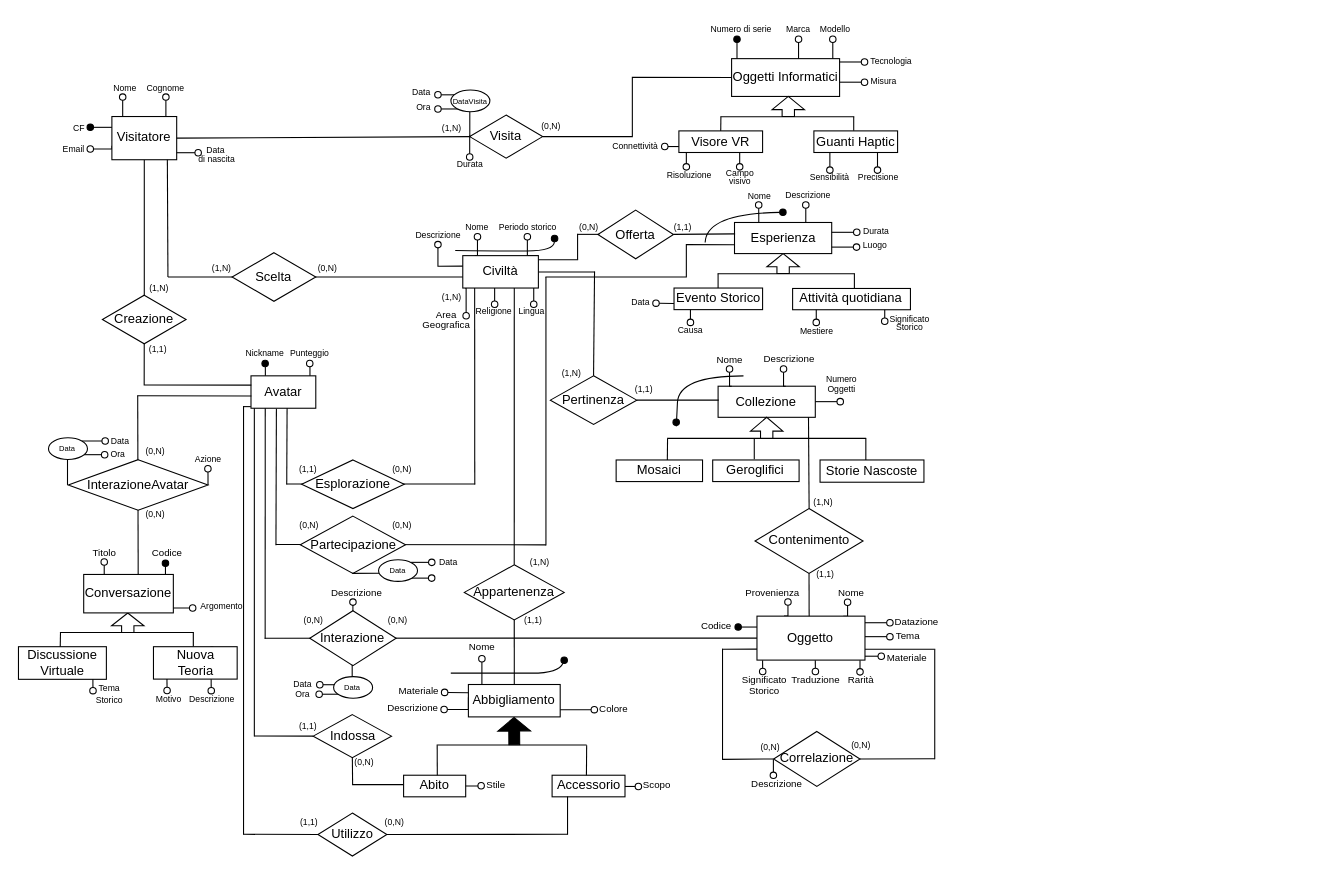
Above: WP1/ER canonico.drawio in pnocerino/BasiDiDati (draw.io), before the change. Source tidied: cells renumbered, new cells numbered last; positions are measured from the earlier drawing's top-left corner, leaving out a move shared by most shapes. Both pictures are drawn from the tidied source at 108%, with x=0, y=0 at pixel (18, 17).
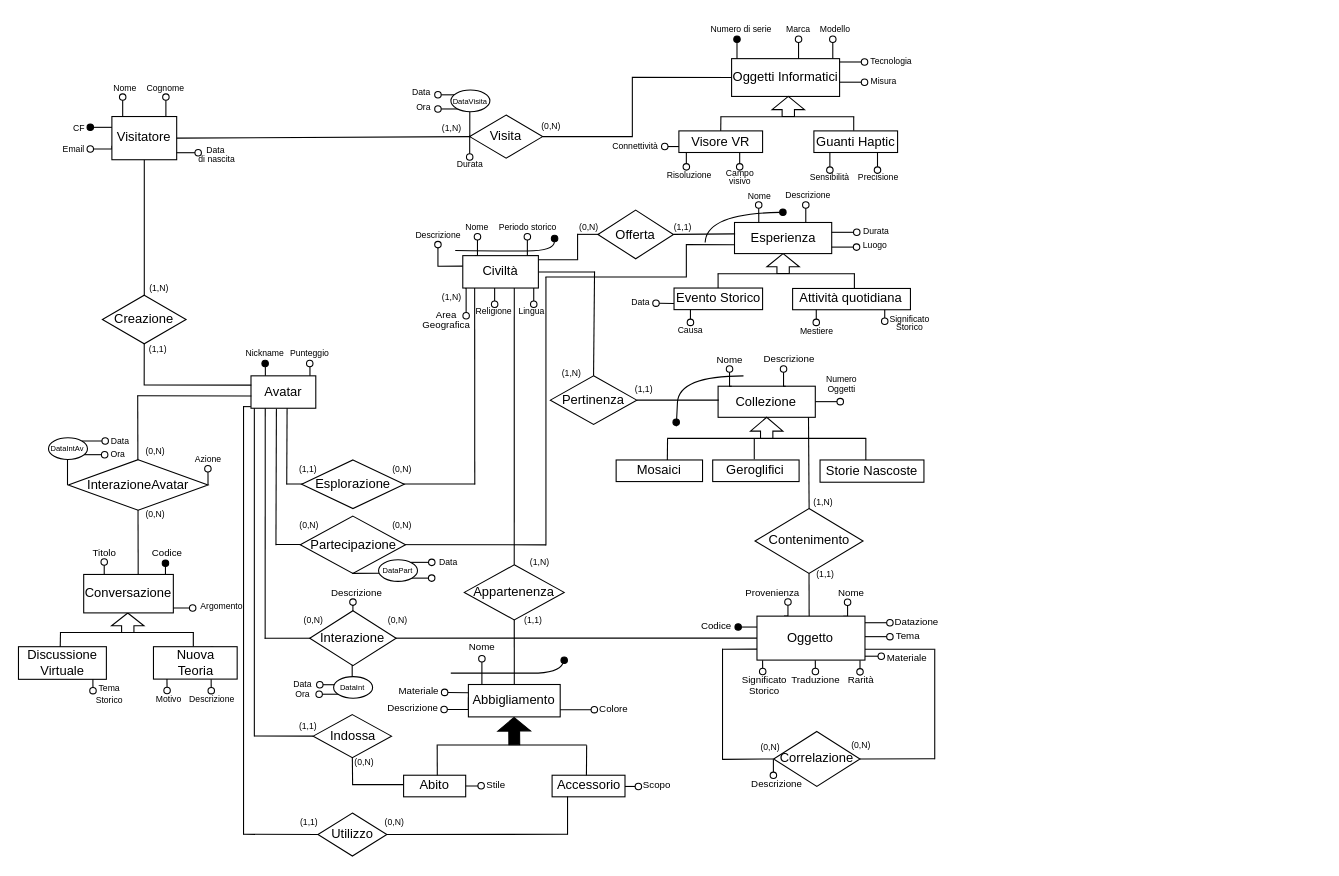
Above is the later version.

Unchanged cells that the change refers to:
```xml
<mxCell id="4" value="Visitatore" style="whiteSpace=wrap;html=1;align=center;" parent="1" vertex="1">
  <mxGeometry x="86.1" y="91.4" width="60" height="40" as="geometry" />
</mxCell>
<mxCell id="275" value="Civiltà" style="whiteSpace=wrap;html=1;align=center;" parent="1" vertex="1">
  <mxGeometry x="411" y="220.2" width="70" height="30" as="geometry" />
</mxCell>
```

The edit, as a diff of the source:
```diff
@@
-    <mxCell id="205" value="&lt;p style=&quot;line-height: 110%;&quot;&gt;&lt;font style=&quot;font-size: 7px;&quot;&gt;Data&lt;/font&gt;&lt;/p&gt;" style="ellipse;whiteSpace=wrap;html=1;" parent="1" vertex="1">
+    <mxCell id="205" value="&lt;p style=&quot;line-height: 110%;&quot;&gt;&lt;font style=&quot;font-size: 7px;&quot;&gt;DataIntAv&lt;/font&gt;&lt;/p&gt;" style="ellipse;whiteSpace=wrap;html=1;" parent="1" vertex="1">
       <mxGeometry x="27.4" y="388.9" width="36.1" height="20" as="geometry" />
     </mxCell>
@@
-    <mxCell id="262" value="&lt;p style=&quot;line-height: 110%;&quot;&gt;&lt;font style=&quot;font-size: 7px;&quot;&gt;Data&lt;/font&gt;&lt;/p&gt;" style="ellipse;whiteSpace=wrap;html=1;" parent="1" vertex="1">
+    <mxCell id="262" value="&lt;p style=&quot;line-height: 110%;&quot;&gt;&lt;font style=&quot;font-size: 7px;&quot;&gt;DataPart&lt;/font&gt;&lt;/p&gt;" style="ellipse;whiteSpace=wrap;html=1;" parent="1" vertex="1">
       <mxGeometry x="333" y="501.8" width="36.1" height="20" as="geometry" />
     </mxCell>
@@
-    <mxCell id="270" value="&lt;p style=&quot;line-height: 110%;&quot;&gt;&lt;font style=&quot;font-size: 7px;&quot;&gt;Data&lt;/font&gt;&lt;/p&gt;" style="ellipse;whiteSpace=wrap;html=1;" parent="1" vertex="1">
+    <mxCell id="270" value="&lt;p style=&quot;line-height: 110%;&quot;&gt;&lt;font style=&quot;font-size: 7px;&quot;&gt;DataInt&lt;/font&gt;&lt;/p&gt;" style="ellipse;whiteSpace=wrap;html=1;" parent="1" vertex="1">
       <mxGeometry x="291.4" y="610" width="36.1" height="20" as="geometry" />
     </mxCell>
@@
-    <mxCell id="273" style="endArrow=none;html=1;rounded=0;entryX=0.856;entryY=1.003;entryDx=0;entryDy=0;entryPerimeter=0;" parent="1" edge="1" target="4">
-      <mxGeometry relative="1" as="geometry">
-        <mxPoint x="138" y="240" as="sourcePoint" />
-      </mxGeometry>
-    </mxCell>
-    <mxCell id="274" style="endArrow=none;html=1;rounded=0;entryX=0.023;entryY=0.662;entryDx=0;entryDy=0;entryPerimeter=0;" parent="1" edge="1" target="275">
-      <mxGeometry relative="1" as="geometry">
-        <mxPoint x="138" y="240" as="sourcePoint" />
-      </mxGeometry>
-    </mxCell>
@@
-    <mxCell id="276" value="Scelta" style="shape=rhombus;perimeter=rhombusPerimeter;whiteSpace=wrap;html=1;align=center;" parent="1" vertex="1">
-      <mxGeometry x="197.4" y="217.5" width="77.5" height="45" as="geometry" />
-    </mxCell>
-    <mxCell id="277" value="&lt;font style=&quot;font-size: 8px;&quot;&gt;(1,N)&lt;/font&gt;" style="text;html=1;align=center;verticalAlign=middle;whiteSpace=wrap;rounded=1;strokeColor=none;glass=0;" parent="1" vertex="1">
-      <mxGeometry x="163" y="223.1" width="50" height="15" as="geometry" />
-    </mxCell>
-    <mxCell id="278" value="&lt;font style=&quot;font-size: 8px;&quot;&gt;(0,N)&lt;/font&gt;" style="text;html=1;align=center;verticalAlign=middle;whiteSpace=wrap;rounded=1;strokeColor=none;glass=0;" parent="1" vertex="1">
-      <mxGeometry x="260.5" y="223.1" width="50" height="15" as="geometry" />
-    </mxCell>
```
